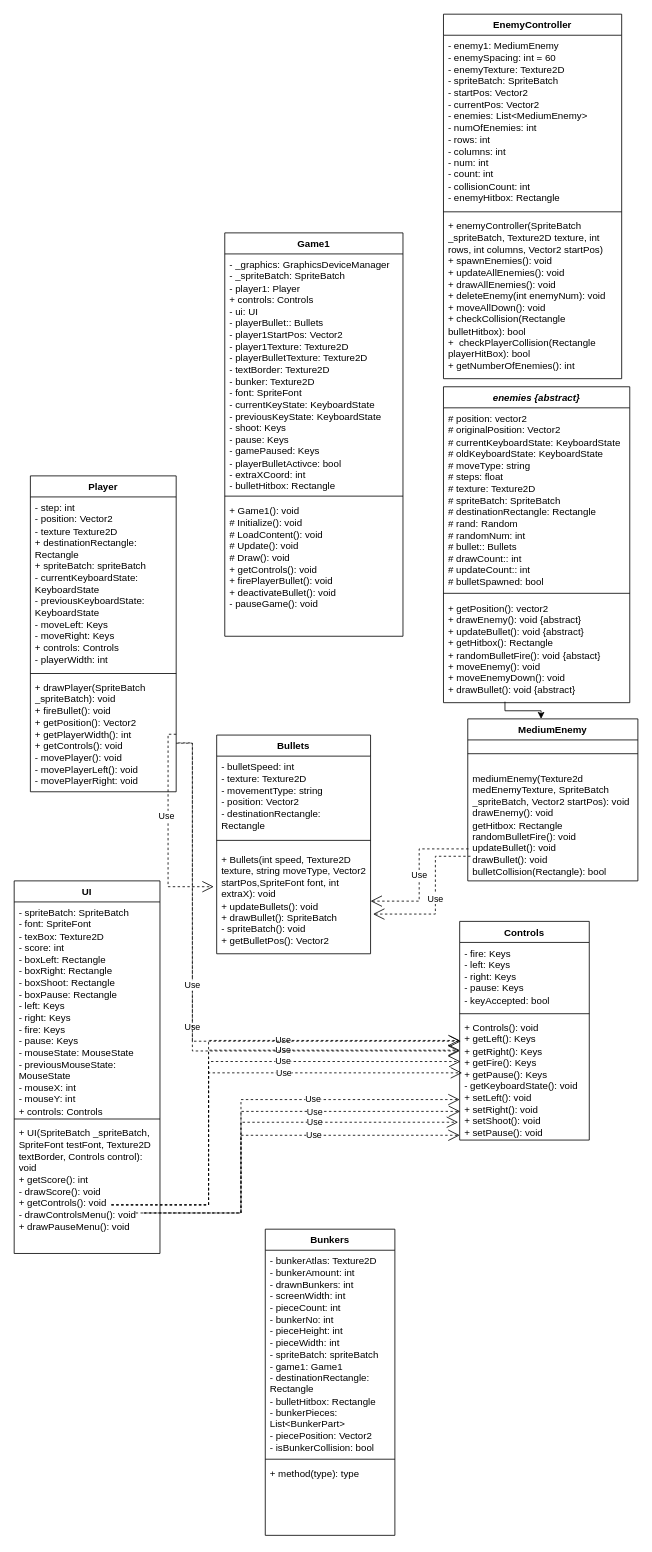
Ferogreywolf7/Alien-Attack keeps this draw.io diagram as draw.io diagrams/classDiagrams.drawio. Above is the earlier version. Source tidied: cells renumbered, new cells numbered last; positions are measured from the earlier drawing's top-left corner, leaving out a move shared by most shapes. Both pictures are drawn from the tidied source at 81%, with x=0, y=0 at pixel (14, 14).
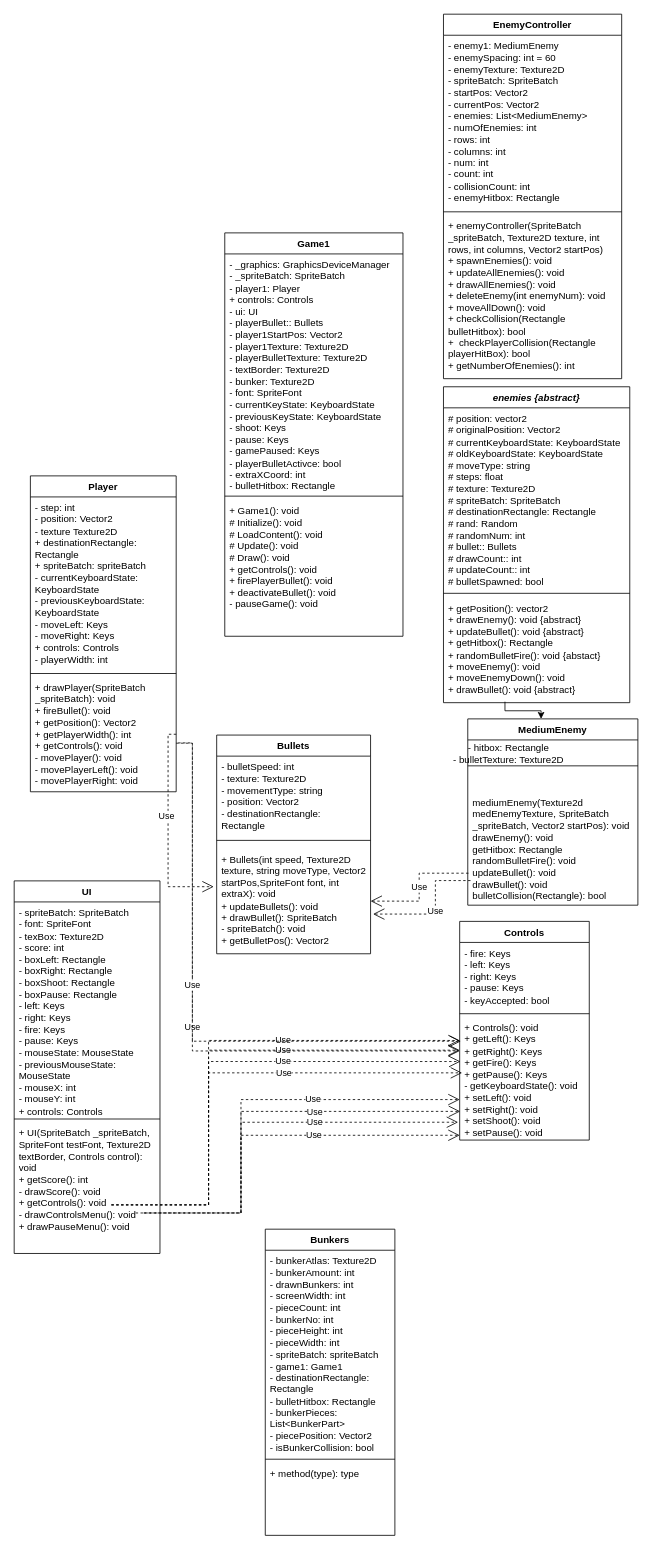
Above is the later version.

Commit message:
Updated medium enemy

Diff of the diagram source:
```diff
@@
     <mxCell id="3" value="MediumEnemy" style="swimlane;fontStyle=1;align=center;verticalAlign=top;horizontal=1;startSize=26;whiteSpace=wrap;html=1;" parent="1" vertex="1">
-      <mxGeometry x="560" y="870" width="210" height="200" as="geometry" />
+      <mxGeometry x="560" y="870" width="210" height="230" as="geometry" />
     </mxCell>
     <mxCell id="4" style="line;strokeWidth=1;fillColor=none;align=left;verticalAlign=middle;spacingTop=-1;spacingLeft=3;spacingRight=3;labelPosition=right;strokeColor=inherit;" parent="3" vertex="1">
-      <mxGeometry y="26" width="210" height="34" as="geometry" />
+      <mxGeometry y="26" width="210" height="64" as="geometry" />
     </mxCell>
     <mxCell id="5" value="&lt;div&gt;mediumEnemy(Texture2d medEnemyTexture, SpriteBatch _spriteBatch, Vector2 startPos): void&lt;br&gt;&lt;/div&gt;&lt;div&gt;drawEnemy(): void&lt;/div&gt;&lt;div&gt;getHitbox: Rectangle&lt;/div&gt;&lt;div&gt;randomBulletFire(): void&lt;/div&gt;&lt;div&gt;updateBullet(): void&lt;/div&gt;&lt;div&gt;drawBullet(): void&lt;/div&gt;&lt;div&gt;bulletCollision(Rectangle): bool&lt;br&gt;&lt;/div&gt;" style="text;strokeColor=none;fillColor=none;align=left;verticalAlign=top;spacingLeft=4;spacingRight=4;overflow=hidden;points=[[0,0.5],[1,0.5]];portConstraint=eastwest;whiteSpace=wrap;html=1;" parent="3" vertex="1">
-      <mxGeometry y="60" width="210" height="140" as="geometry" />
+      <mxGeometry y="90" width="210" height="140" as="geometry" />
     </mxCell>
@@
+    <mxCell id="51" value="&lt;div&gt;- hitbox: Rectangle&lt;/div&gt;&lt;div&gt;- bulletTexture: Texture2D&lt;br&gt;&lt;/div&gt;" style="text;html=1;align=center;verticalAlign=middle;strokeColor=none;fillColor=none;" parent="1" vertex="1">
+      <mxGeometry x="530" y="893" width="160" height="40" as="geometry" />
+    </mxCell>
```
